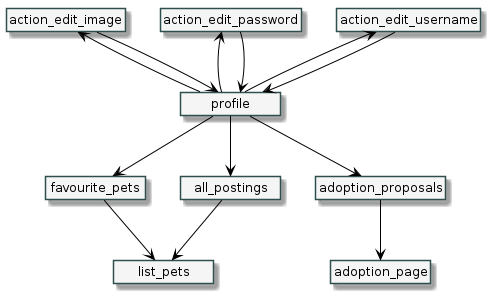
Above: img/profile.png in up201806330/Hoaloha (PlantUML), before the change.
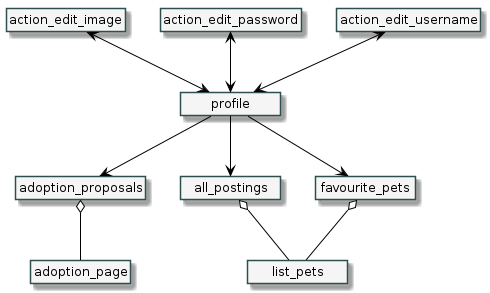
After the commit.

Commit message:
Generate PNG images for UML diagrams

Change to the diagram source:
```diff
@@ -15,18 +15,15 @@
 class action_edit_password
 class action_edit_image
 
-profile-[#black]up->action_edit_username
-action_edit_username--[#black]>profile
-profile-[#black]up->action_edit_password
-action_edit_password--[#black]>profile
-profile-[#black]up->action_edit_image
-action_edit_image--[#black]>profile
+profile<-[#black]up->action_edit_username
+profile<-[#black]up->action_edit_password
+profile<-[#black]up->action_edit_image
 profile-[#black]down->favourite_pets
 profile-[#black]down->all_postings
-favourite_pets-[#black]down->list_pets
-all_postings-[#black]down->list_pets
+list_pets-[#black]down-o favourite_pets
+list_pets-[#black]down-o all_postings
 profile-[#black]down->adoption_proposals
-adoption_proposals-[#black]->adoption_page
+adoption_page-[#black]down-o adoption_proposals
 
 
 @enduml
```
